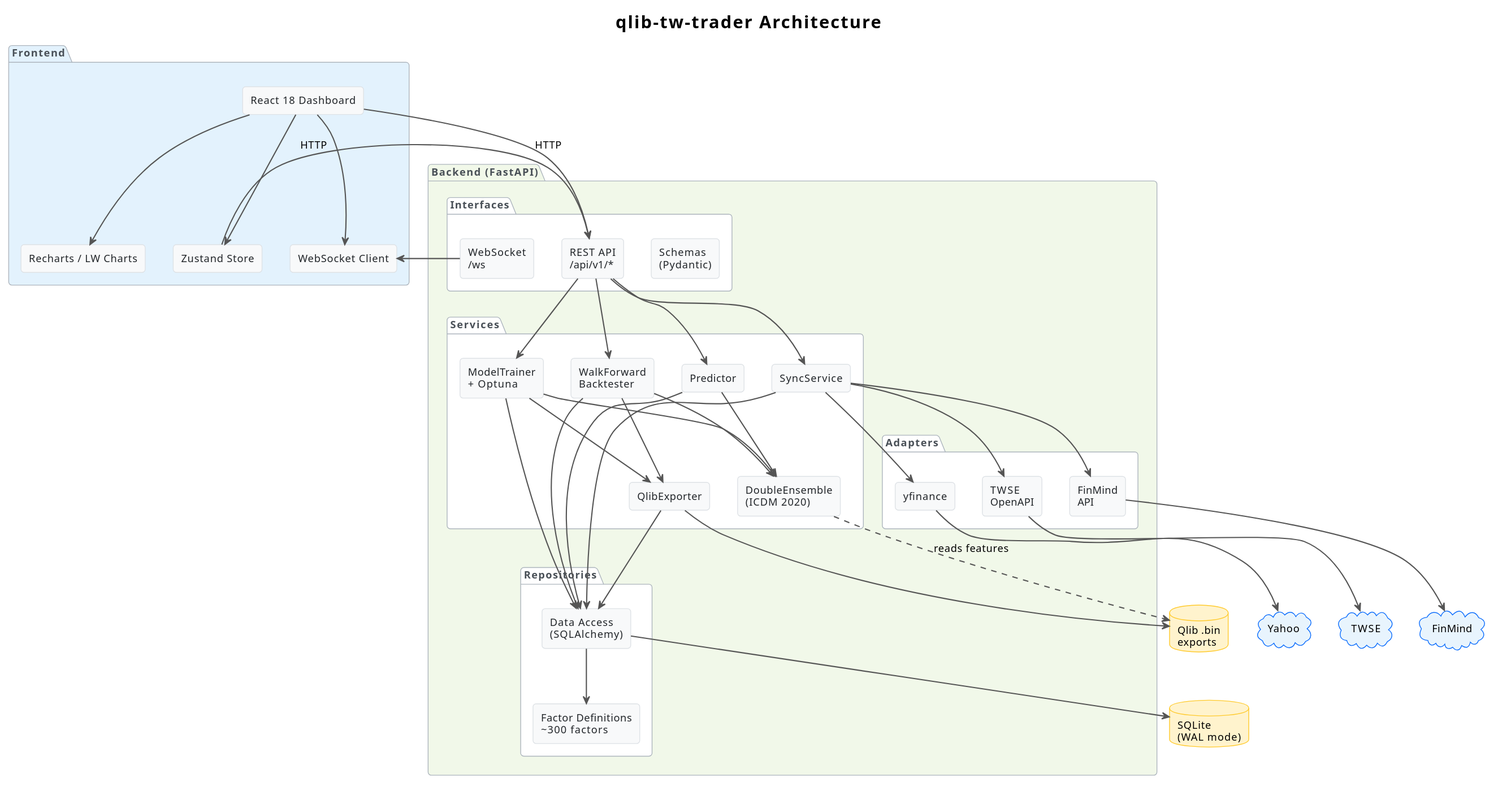
Before: docs/images/architecture.svg, a diagram exported from PlantUML (toasterman234/qlib-tw-trader).
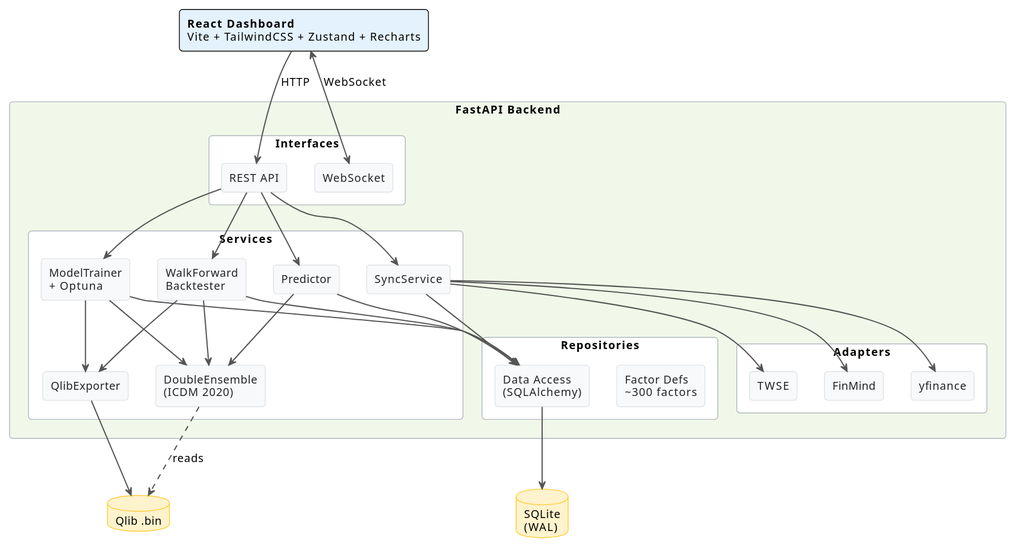
Above is the later version.

Commit message:
docs: improve PlantUML diagram quality and readability

Change to the diagram source:
```diff
@@ -2,117 +2,86 @@
 !theme plain
 skinparam backgroundColor #FFFFFF
 skinparam defaultFontName "Segoe UI"
-skinparam defaultFontSize 13
-skinparam componentStyle rectangle
+skinparam defaultFontSize 14
+skinparam shadowing false
 skinparam roundCorner 8
-skinparam shadowing false
 skinparam ArrowColor #555555
 skinparam ArrowThickness 1.5
-
+skinparam componentStyle rectangle
 skinparam component {
   BackgroundColor #F8F9FA
   BorderColor #DEE2E6
   FontColor #212529
 }
-
 skinparam package {
   BackgroundColor #FFFFFF
   BorderColor #ADB5BD
   FontColor #495057
   FontStyle bold
 }
-
 skinparam database {
   BackgroundColor #FFF3CD
   BorderColor #FFCA2C
 }
 
-skinparam cloud {
-  BackgroundColor #E8F4FD
-  BorderColor #0D6EFD
-}
+top to bottom direction
 
-title qlib-tw-trader Architecture
+rectangle "**React Dashboard**\nVite + TailwindCSS + Zustand + Recharts" as FE #E3F2FD
 
-package "Frontend" as FE #E3F2FD {
-  [React 18 Dashboard] as dashboard
-  [Recharts / LW Charts] as charts
-  [Zustand Store] as store
-  [WebSocket Client] as wsc
-
-  dashboard --> charts
-  dashboard --> store
-  dashboard --> wsc
-}
-
-package "Backend (FastAPI)" as BE #F1F8E9 {
-
-  package "Interfaces" as iface {
-    [REST API\n/api/v1/*] as api
-    [WebSocket\n/ws] as ws
-    [Schemas\n(Pydantic)] as schemas
+rectangle "**FastAPI Backend**" as BE #F1F8E9 {
+  rectangle "Interfaces" as iface {
+    [REST API] as api
+    [WebSocket] as ws
   }
 
-  package "Services" as svc {
+  rectangle "Services" as svc {
     [ModelTrainer\n+ Optuna] as trainer
     [WalkForward\nBacktester] as wf
     [Predictor] as pred
+    [SyncService] as sync
+    [DoubleEnsemble\n(ICDM 2020)] as de
     [QlibExporter] as qexp
-    [DoubleEnsemble\n(ICDM 2020)] as de
-    [SyncService] as sync
   }
 
-  package "Repositories" as repo {
-    [Factor Definitions\n~300 factors] as factors
+  rectangle "Repositories" as repo {
     [Data Access\n(SQLAlchemy)] as dal
+    [Factor Defs\n~300 factors] as factors
   }
 
-  package "Adapters" as adapt {
-    [TWSE\nOpenAPI] as twse
-    [FinMind\nAPI] as fm
+  rectangle "Adapters" as adapt {
+    [TWSE] as twse
+    [FinMind] as fm
     [yfinance] as yf
   }
-
-  api --> trainer
-  api --> wf
-  api --> pred
-  api --> sync
-  ws --> wsc
-
-  trainer --> de
-  trainer --> qexp
-  wf --> de
-  wf --> qexp
-  pred --> de
-
-  sync --> twse
-  sync --> fm
-  sync --> yf
-
-  trainer --> dal
-  wf --> dal
-  pred --> dal
-  sync --> dal
-  qexp --> dal
-
-  dal --> factors
 }
 
-database "SQLite\n(WAL mode)" as db
-database "Qlib .bin\nexports" as qlib
+database "SQLite\n(WAL)" as db
+database "Qlib .bin" as qlib
 
-dal --> db
-qexp --> qlib
-de ..> qlib : reads features
+FE -down-> api : HTTP
+FE <-down-> ws : WebSocket
 
-cloud "TWSE" as c_twse
-cloud "FinMind" as c_fm
-cloud "Yahoo" as c_yf
+api -down-> trainer
+api -down-> wf
+api -down-> pred
+api -down-> sync
 
-twse --> c_twse
-fm --> c_fm
-yf --> c_yf
+trainer -down-> de
+wf -down-> de
+pred -down-> de
+trainer -down-> qexp
+wf -down-> qexp
 
-dashboard --> api : HTTP
-store --> api : HTTP
+sync -down-> twse
+sync -down-> fm
+sync -down-> yf
+
+trainer -down-> dal
+wf -down-> dal
+pred -down-> dal
+sync -down-> dal
+
+dal -down-> db
+qexp -down-> qlib
+de .down.> qlib : reads
 @enduml
```
